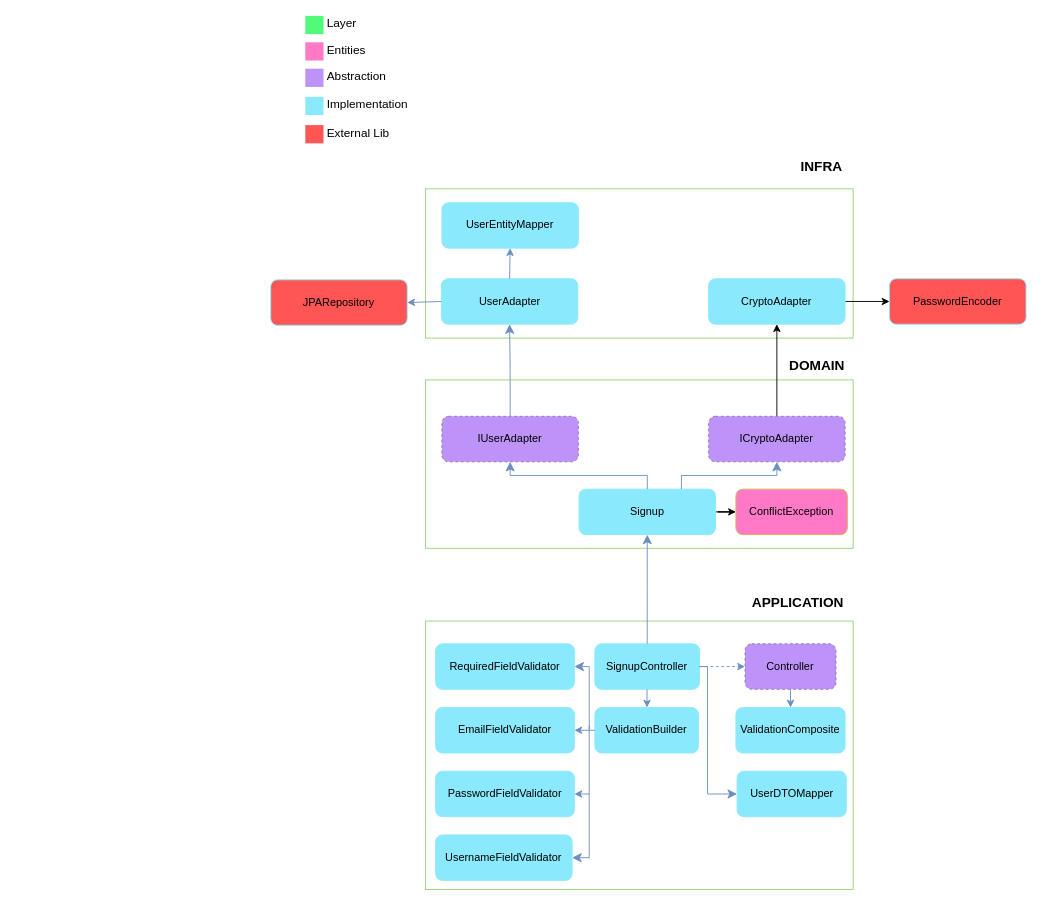
The draw.io diagram docs/useCases/signup/signup.drawio in gervasioartur/walletwise-api, before the edit. Source tidied: cells renumbered, new cells numbered last; positions are measured from the earlier drawing's top-left corner, leaving out a move shared by most shapes. Both pictures are drawn from the tidied source at 91%, with x=0, y=0 at pixel (270, 15).
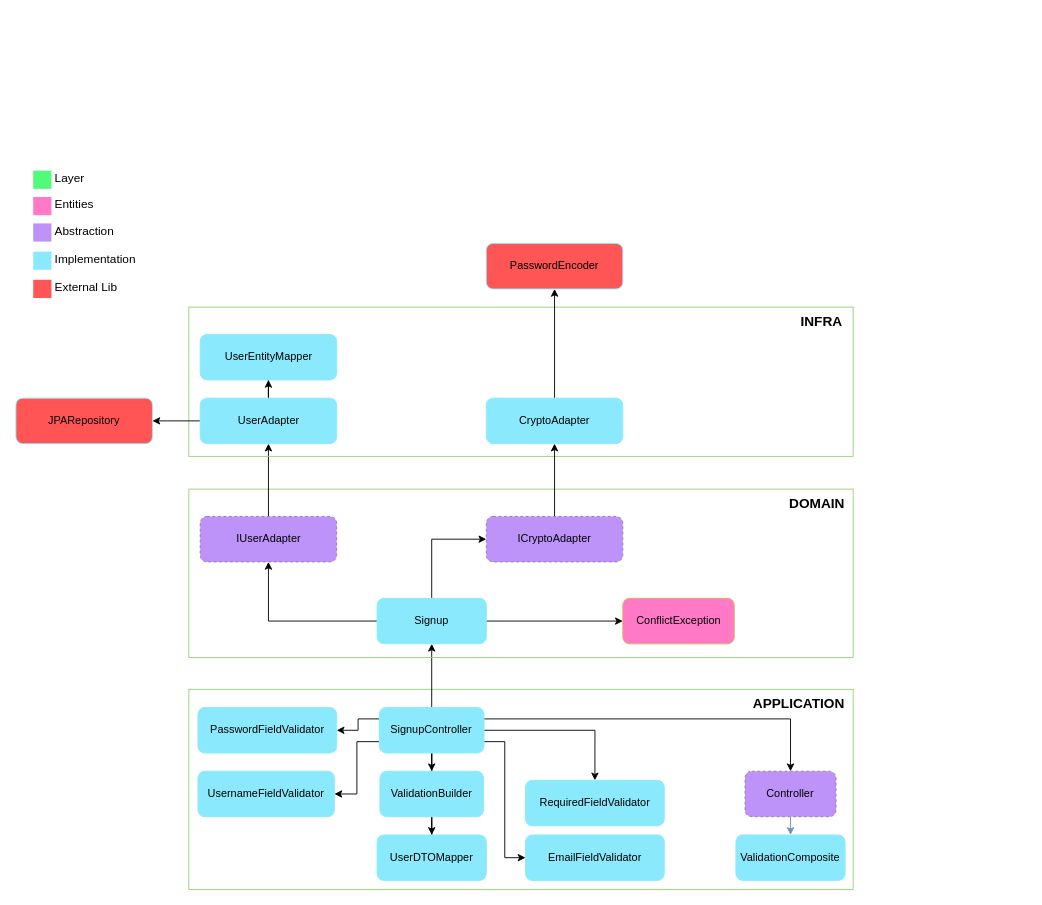
The same page after the edit.

The edit, as a diff of the source:
```diff
@@
-    <mxCell id="2" style="rounded=0;whiteSpace=wrap;html=1;strokeColor=#97D077;fillColor=default;" parent="1" vertex="1">
-      <mxGeometry x="170" y="665" width="470" height="295" as="geometry" />
+    <mxCell id="2" style="rounded=0;whiteSpace=wrap;html=1;strokeColor=#97D077;fillColor=none;" parent="1" vertex="1">
+      <mxGeometry x="-90" y="740" width="730" height="220" as="geometry" />
     </mxCell>
     <mxCell id="3" value="Controller" style="rounded=1;whiteSpace=wrap;html=1;strokeColor=#9673a6;fillColor=#BD93F9;dashed=1;" parent="1" vertex="1">
-      <mxGeometry x="521.2" y="690" width="100" height="50" as="geometry" />
+      <mxGeometry x="521.2" y="830" width="100" height="50" as="geometry" />
     </mxCell>
     <mxCell id="4" value="ValidationComposite" style="rounded=1;whiteSpace=wrap;html=1;strokeColor=#8BE9FD;fillColor=#8BE9FD;" parent="1" vertex="1">
-      <mxGeometry x="511.2" y="760" width="120" height="50" as="geometry" />
+      <mxGeometry x="511.2" y="900" width="120" height="50" as="geometry" />
     </mxCell>
+    <mxCell id="54" style="edgeStyle=orthogonalEdgeStyle;rounded=0;jettySize=auto;html=1;exitX=0;exitY=0.25;exitDx=0;exitDy=0;" parent="1" edge="1" source="5" target="33">
+      <mxGeometry relative="1" as="geometry" />
+    </mxCell>
+    <mxCell id="55" style="edgeStyle=orthogonalEdgeStyle;rounded=0;jettySize=auto;html=1;entryX=1;entryY=0.5;entryDx=0;entryDy=0;exitX=0;exitY=0.75;exitDx=0;exitDy=0;" parent="1" edge="1" source="5" target="31">
+      <mxGeometry relative="1" as="geometry" />
+    </mxCell>
+    <mxCell id="56" style="edgeStyle=orthogonalEdgeStyle;rounded=0;jettySize=auto;html=1;entryX=0.5;entryY=0;entryDx=0;entryDy=0;" parent="1" edge="1" source="5" target="29">
+      <mxGeometry relative="1" as="geometry" />
+    </mxCell>
+    <mxCell id="57" style="edgeStyle=orthogonalEdgeStyle;rounded=0;jettySize=auto;html=1;entryX=0;entryY=0.5;entryDx=0;entryDy=0;exitX=1;exitY=0.75;exitDx=0;exitDy=0;" parent="1" edge="1" source="5" target="32">
+      <mxGeometry relative="1" as="geometry" />
+    </mxCell>
+    <mxCell id="39" style="edgeStyle=orthogonalEdgeStyle;rounded=0;jettySize=auto;html=1;entryX=0.5;entryY=0;entryDx=0;entryDy=0;exitX=1;exitY=0.25;exitDx=0;exitDy=0;" parent="1" edge="1" source="5" target="3">
+      <mxGeometry relative="1" as="geometry" />
+    </mxCell>
+    <mxCell id="58" style="edgeStyle=orthogonalEdgeStyle;rounded=0;jettySize=auto;html=1;entryX=0.5;entryY=0;entryDx=0;entryDy=0;" parent="1" edge="1" source="5" target="30">
+      <mxGeometry relative="1" as="geometry" />
+    </mxCell>
+    <mxCell id="24" style="edgeStyle=orthogonalEdgeStyle;rounded=0;jettySize=auto;html=1;" parent="1" edge="1" source="5" target="11">
+      <mxGeometry relative="1" as="geometry" />
+    </mxCell>
     <mxCell id="5" value="SignupController" style="rounded=1;whiteSpace=wrap;html=1;strokeColor=#8BE9FD;fillColor=#8BE9FD;" parent="1" vertex="1">
-      <mxGeometry x="356.2" y="690" width="115" height="50" as="geometry" />
+      <mxGeometry x="119.4" y="760" width="115" height="50" as="geometry" />
     </mxCell>
     <mxCell id="6" value="&lt;span style=&quot;font-size: 15px;&quot;&gt;&lt;b&gt;APPLICATION&lt;br&gt;&lt;/b&gt;&lt;/span&gt;" style="text;html=1;align=center;verticalAlign=middle;strokeColor=none;fillColor=none;" parent="1" vertex="1">
-      <mxGeometry x="519" y="629" width="120" height="30" as="geometry" />
+      <mxGeometry x="520" y="740" width="120" height="30" as="geometry" />
     </mxCell>
-    <mxCell id="7" style="rounded=0;whiteSpace=wrap;html=1;strokeColor=#97D077;fillColor=default;" parent="1" vertex="1">
-      <mxGeometry x="170" y="400" width="470" height="185" as="geometry" />
+    <mxCell id="7" style="rounded=0;whiteSpace=wrap;html=1;strokeColor=#97D077;fillColor=none;" parent="1" vertex="1">
+      <mxGeometry x="-90" y="520" width="730" height="185" as="geometry" />
     </mxCell>
     <mxCell id="8" value="&lt;span style=&quot;font-size: 15px;&quot;&gt;&lt;b&gt;DOMAIN&lt;/b&gt;&lt;/span&gt;" style="text;html=1;align=center;verticalAlign=middle;strokeColor=none;fillColor=none;" parent="1" vertex="1">
-      <mxGeometry x="560" y="369" width="80" height="30" as="geometry" />
+      <mxGeometry x="560" y="520" width="80" height="30" as="geometry" />
     </mxCell>
     <mxCell id="9" value="ConflictException" style="rounded=1;whiteSpace=wrap;html=1;strokeColor=#d6b656;fillColor=#FF79C6;" parent="1" vertex="1">
-      <mxGeometry x="511.2" y="520" width="122.5" height="50" as="geometry" />
+      <mxGeometry x="386.9" y="640" width="122.5" height="50" as="geometry" />
     </mxCell>
+    <mxCell id="42" style="edgeStyle=orthogonalEdgeStyle;rounded=0;jettySize=auto;html=1;entryX=0.5;entryY=1;entryDx=0;entryDy=0;" parent="1" edge="1" source="11" target="22">
+      <mxGeometry relative="1" as="geometry" />
+    </mxCell>
-    <mxCell id="10" style="edgeStyle=orthogonalEdgeStyle;rounded=0;jettySize=auto;html=1;" parent="1" edge="1" source="11" target="9">
+    <mxCell id="10" style="edgeStyle=orthogonalEdgeStyle;rounded=0;jettySize=auto;html=1;exitX=1;exitY=0.5;exitDx=0;exitDy=0;" parent="1" edge="1" source="11" target="9">
       <mxGeometry relative="1" as="geometry" />
     </mxCell>
+    <mxCell id="50" style="edgeStyle=orthogonalEdgeStyle;rounded=0;jettySize=auto;html=1;entryX=0;entryY=0.5;entryDx=0;entryDy=0;" parent="1" edge="1" source="11" target="49">
+      <mxGeometry relative="1" as="geometry" />
+    </mxCell>
     <mxCell id="11" value="Signup" style="rounded=1;whiteSpace=wrap;html=1;strokeColor=#8BE9FD;fillColor=#8BE9FD;" parent="1" vertex="1">
-      <mxGeometry x="338.8" y="520" width="150" height="50" as="geometry" />
+      <mxGeometry x="116.9" y="640" width="120" height="50" as="geometry" />
     </mxCell>
     <mxCell id="12" style="rounded=0;whiteSpace=wrap;html=1;strokeColor=none;strokeWidth=3;fillColor=#FF79C6;fontSize=13;fontColor=#F8F8F2;align=right;" parent="1" vertex="1">
-      <mxGeometry x="38" y="29" width="20" height="20" as="geometry" />
+      <mxGeometry x="-261" y="199" width="20" height="20" as="geometry" />
     </mxCell>
     <mxCell id="13" value="&lt;font color=&quot;#000000&quot;&gt;Entities&lt;/font&gt;" style="text;html=1;align=left;verticalAlign=middle;spacingTop=-4;fontSize=13;fontColor=#F8F8F2;" parent="1" vertex="1">
-      <mxGeometry x="60" y="29" width="70" height="20" as="geometry" />
+      <mxGeometry x="-239" y="199" width="70" height="20" as="geometry" />
     </mxCell>
     <mxCell id="14" style="rounded=0;whiteSpace=wrap;html=1;strokeColor=none;strokeWidth=3;fillColor=#BD93F9;fontSize=13;fontColor=#F8F8F2;align=right;" parent="1" vertex="1">
-      <mxGeometry x="38" y="58" width="20" height="20" as="geometry" />
+      <mxGeometry x="-261" y="228" width="20" height="20" as="geometry" />
     </mxCell>
     <mxCell id="15" value="&lt;font color=&quot;#000000&quot;&gt;Abstraction&lt;/font&gt;" style="text;html=1;align=left;verticalAlign=middle;spacingTop=-4;fontSize=13;fontColor=#F8F8F2;" parent="1" vertex="1">
-      <mxGeometry x="60" y="58" width="90" height="20" as="geometry" />
+      <mxGeometry x="-239" y="228" width="90" height="20" as="geometry" />
     </mxCell>
     <mxCell id="16" style="rounded=0;whiteSpace=wrap;html=1;strokeColor=none;strokeWidth=3;fillColor=#8BE9FD;fontSize=13;fontColor=#F8F8F2;align=right;" parent="1" vertex="1">
-      <mxGeometry x="38" y="89" width="20" height="20" as="geometry" />
+      <mxGeometry x="-261" y="259" width="20" height="20" as="geometry" />
     </mxCell>
     <mxCell id="17" value="&lt;font color=&quot;#000000&quot;&gt;Implementation&lt;/font&gt;" style="text;html=1;align=left;verticalAlign=middle;spacingTop=-4;fontSize=13;fontColor=#F8F8F2;" parent="1" vertex="1">
-      <mxGeometry x="60" y="89" width="110" height="20" as="geometry" />
+      <mxGeometry x="-239" y="259" width="110" height="20" as="geometry" />
     </mxCell>
     <mxCell id="18" style="rounded=0;whiteSpace=wrap;html=1;strokeColor=none;strokeWidth=3;fillColor=#50FA7B;fontSize=13;fontColor=#F8F8F2;align=right;" parent="1" vertex="1">
-      <mxGeometry x="38" width="20" height="20" as="geometry" />
+      <mxGeometry x="-261" y="170" width="20" height="20" as="geometry" />
     </mxCell>
     <mxCell id="19" value="&lt;font color=&quot;#000000&quot;&gt;Layer&lt;/font&gt;" style="text;html=1;align=left;verticalAlign=middle;spacingTop=-4;fontSize=13;fontColor=#F8F8F2;strokeColor=none;" parent="1" vertex="1">
-      <mxGeometry x="60" width="60" height="20" as="geometry" />
+      <mxGeometry x="-239" y="170" width="60" height="20" as="geometry" />
     </mxCell>
     <mxCell id="20" style="rounded=0;whiteSpace=wrap;html=1;strokeColor=none;strokeWidth=3;fillColor=#FF5555;fontSize=13;fontColor=#F8F8F2;align=right;" parent="1" vertex="1">
-      <mxGeometry x="38" y="120" width="20" height="20" as="geometry" />
+      <mxGeometry x="-261" y="290" width="20" height="20" as="geometry" />
     </mxCell>
     <mxCell id="21" value="&lt;font color=&quot;#000000&quot;&gt;External Lib&lt;/font&gt;" style="text;html=1;align=left;verticalAlign=middle;spacingTop=-4;fontSize=13;fontColor=#F8F8F2;" parent="1" vertex="1">
-      <mxGeometry x="60" y="120" width="90" height="20" as="geometry" />
+      <mxGeometry x="-239" y="290" width="90" height="20" as="geometry" />
     </mxCell>
+    <mxCell id="43" style="edgeStyle=orthogonalEdgeStyle;rounded=0;jettySize=auto;html=1;" parent="1" edge="1" source="22" target="25">
+      <mxGeometry relative="1" as="geometry" />
+    </mxCell>
     <mxCell id="22" value="IUserAdapter" style="rounded=1;whiteSpace=wrap;html=1;strokeColor=#9673a6;fillColor=#BD93F9;dashed=1;" parent="1" vertex="1">
-      <mxGeometry x="188.1" y="440" width="150" height="50" as="geometry" />
+      <mxGeometry x="-77.5" y="550" width="150" height="50" as="geometry" />
     </mxCell>
-    <mxCell id="23" style="rounded=0;whiteSpace=wrap;html=1;strokeColor=#97D077;fillColor=default;" parent="1" vertex="1">
-      <mxGeometry x="170" y="190" width="470" height="164" as="geometry" />
+    <mxCell id="23" style="rounded=0;whiteSpace=wrap;html=1;strokeColor=#97D077;fillColor=none;" parent="1" vertex="1">
+      <mxGeometry x="-90" y="320" width="730" height="164" as="geometry" />
     </mxCell>
-    <mxCell id="24" style="edgeStyle=elbowEdgeStyle;elbow=vertical;endArrow=classic;html=1;curved=0;rounded=0;endSize=8;startSize=8;exitX=0.5;exitY=0;exitDx=0;exitDy=0;entryX=0.5;entryY=1;entryDx=0;entryDy=0;strokeColor=#6C8EBF;" parent="1" edge="1" source="5" target="11">
-      <mxGeometry relative="1" as="geometry" />
-    </mxCell>
+    <mxCell id="45" style="edgeStyle=orthogonalEdgeStyle;rounded=0;jettySize=auto;html=1;" parent="1" edge="1" source="25" target="44">
+      <mxGeometry relative="1" as="geometry" />
+    </mxCell>
+    <mxCell id="28" style="edgeStyle=orthogonalEdgeStyle;rounded=0;jettySize=auto;html=1;" parent="1" edge="1" source="25" target="27">
+      <mxGeometry relative="1" as="geometry" />
+    </mxCell>
     <mxCell id="25" value="UserAdapter" style="rounded=1;whiteSpace=wrap;html=1;strokeColor=#8BE9FD;fillColor=#8BE9FD;" parent="1" vertex="1">
-      <mxGeometry x="187.5" y="288.8" width="150" height="50" as="geometry" />
+      <mxGeometry x="-77.5" y="420" width="150" height="50" as="geometry" />
     </mxCell>
     <mxCell id="26" value="&lt;b style=&quot;border-color: var(--border-color);&quot;&gt;&lt;font style=&quot;border-color: var(--border-color); font-size: 15px;&quot;&gt;INFRA&lt;br&gt;&lt;/font&gt;&lt;/b&gt;" style="text;html=1;align=center;verticalAlign=middle;strokeColor=none;fillColor=none;" parent="1" vertex="1">
-      <mxGeometry x="570" y="150" width="70" height="30" as="geometry" />
+      <mxGeometry x="570" y="320" width="70" height="30" as="geometry" />
     </mxCell>
     <mxCell id="27" value="UserEntityMapper" style="rounded=1;whiteSpace=wrap;html=1;strokeColor=#8BE9FD;fillColor=#8BE9FD;" parent="1" vertex="1">
-      <mxGeometry x="188.1" y="205.2" width="150" height="50" as="geometry" />
+      <mxGeometry x="-77.5" y="350" width="150" height="50" as="geometry" />
     </mxCell>
-    <mxCell id="28" style="endArrow=classic;html=1;rounded=0;entryX=0.5;entryY=1;entryDx=0;entryDy=0;fillColor=#dae8fc;strokeColor=#6c8ebf;exitX=0.5;exitY=0;exitDx=0;exitDy=0;" parent="1" edge="1" source="25" target="27">
-      <mxGeometry relative="1" as="geometry" />
-    </mxCell>
+    <mxCell id="59" style="edgeStyle=orthogonalEdgeStyle;rounded=0;jettySize=auto;html=1;" parent="1" edge="1" source="29" target="46">
+      <mxGeometry relative="1" as="geometry" />
+    </mxCell>
     <mxCell id="29" value="ValidationBuilder" style="rounded=1;whiteSpace=wrap;html=1;strokeColor=#8BE9FD;fillColor=#8BE9FD;" parent="1" vertex="1">
-      <mxGeometry x="356.2" y="760" width="113.8" height="50" as="geometry" />
+      <mxGeometry x="120" y="830" width="113.8" height="50" as="geometry" />
     </mxCell>
     <mxCell id="30" value="RequiredFieldValidator" style="rounded=1;whiteSpace=wrap;html=1;strokeColor=#8BE9FD;fillColor=#8BE9FD;" parent="1" vertex="1">
-      <mxGeometry x="181.2" y="690" width="152.5" height="50" as="geometry" />
+      <mxGeometry x="280" y="840" width="152.5" height="50" as="geometry" />
     </mxCell>
     <mxCell id="31" value="UsernameFieldValidator" style="rounded=1;whiteSpace=wrap;html=1;strokeColor=#8BE9FD;fillColor=#8BE9FD;" parent="1" vertex="1">
-      <mxGeometry x="181.2" y="900" width="150" height="50" as="geometry" />
+      <mxGeometry x="-80" y="830" width="150" height="50" as="geometry" />
     </mxCell>
     <mxCell id="32" value="EmailFieldValidator" style="rounded=1;whiteSpace=wrap;html=1;strokeColor=#8BE9FD;fillColor=#8BE9FD;" parent="1" vertex="1">
-      <mxGeometry x="181.2" y="760" width="152.5" height="50" as="geometry" />
+      <mxGeometry x="280" y="900" width="152.5" height="50" as="geometry" />
     </mxCell>
     <mxCell id="33" value="PasswordFieldValidator" style="rounded=1;whiteSpace=wrap;html=1;strokeColor=#8BE9FD;fillColor=#8BE9FD;" parent="1" vertex="1">
-      <mxGeometry x="181.2" y="830" width="152.5" height="50" as="geometry" />
+      <mxGeometry x="-80" y="760" width="152.5" height="50" as="geometry" />
     </mxCell>
-    <mxCell id="34" style="edgeStyle=elbowEdgeStyle;elbow=horizontal;endArrow=classic;html=1;curved=0;rounded=0;endSize=8;startSize=8;exitX=0;exitY=0.5;exitDx=0;exitDy=0;entryX=1;entryY=0.5;entryDx=0;entryDy=0;fillColor=#dae8fc;strokeColor=#6c8ebf;" parent="1" edge="1" source="29" target="30">
-      <mxGeometry relative="1" as="geometry">
-        <Array as="points">
-          <mxPoint x="350" y="750" />
-        </Array>
-      </mxGeometry>
-    </mxCell>
-    <mxCell id="35" style="endArrow=none;html=1;rounded=0;fillColor=#dae8fc;strokeColor=#6c8ebf;" parent="1" edge="1">
-      <mxGeometry relative="1" as="geometry">
-        <mxPoint x="350" y="780" as="sourcePoint" />
-        <mxPoint x="350" y="860" as="targetPoint" />
-      </mxGeometry>
-    </mxCell>
-    <mxCell id="36" style="edgeStyle=elbowEdgeStyle;elbow=vertical;endArrow=classic;html=1;curved=0;rounded=0;endSize=8;startSize=8;entryX=1;entryY=0.5;entryDx=0;entryDy=0;fillColor=#dae8fc;strokeColor=#6c8ebf;" parent="1" edge="1" target="31">
-      <mxGeometry relative="1" as="geometry">
-        <mxPoint x="350" y="860" as="sourcePoint" />
-        <Array as="points">
-          <mxPoint x="380" y="925" />
-        </Array>
-      </mxGeometry>
-    </mxCell>
-    <mxCell id="37" style="endArrow=classic;html=1;rounded=0;entryX=1;entryY=0.5;entryDx=0;entryDy=0;fillColor=#dae8fc;strokeColor=#6c8ebf;" parent="1" edge="1" target="33">
-      <mxGeometry relative="1" as="geometry">
-        <mxPoint x="350" y="855" as="sourcePoint" />
-      </mxGeometry>
-    </mxCell>
-    <mxCell id="38" style="endArrow=classic;html=1;rounded=0;entryX=1;entryY=0.5;entryDx=0;entryDy=0;fillColor=#dae8fc;strokeColor=#6c8ebf;" parent="1" edge="1" target="32">
-      <mxGeometry relative="1" as="geometry">
-        <mxPoint x="350" y="785" as="sourcePoint" />
-      </mxGeometry>
-    </mxCell>
-    <mxCell id="39" style="endArrow=classic;html=1;rounded=0;exitX=1;exitY=0.5;exitDx=0;exitDy=0;entryX=0;entryY=0.5;entryDx=0;entryDy=0;dashed=1;fillColor=#dae8fc;strokeColor=#6c8ebf;" parent="1" edge="1" source="5" target="3">
-      <mxGeometry relative="1" as="geometry" />
-    </mxCell>
@@
-    <mxCell id="41" style="endArrow=classic;html=1;rounded=0;exitX=0.5;exitY=1;exitDx=0;exitDy=0;entryX=0.5;entryY=0;entryDx=0;entryDy=0;fillColor=#dae8fc;strokeColor=#6c8ebf;" parent="1" edge="1">
-      <mxGeometry relative="1" as="geometry">
-        <mxPoint x="413.5" y="740" as="sourcePoint" />
-        <mxPoint x="413.5" y="760" as="targetPoint" />
-      </mxGeometry>
-    </mxCell>
-    <mxCell id="42" style="edgeStyle=elbowEdgeStyle;elbow=vertical;endArrow=classic;html=1;curved=0;rounded=0;endSize=8;startSize=8;entryX=0.5;entryY=1;entryDx=0;entryDy=0;strokeColor=#6C8EBF;exitX=0.5;exitY=0;exitDx=0;exitDy=0;" parent="1" edge="1" source="11" target="22">
-      <mxGeometry relative="1" as="geometry" />
-    </mxCell>
-    <mxCell id="43" style="edgeStyle=elbowEdgeStyle;elbow=vertical;endArrow=classic;html=1;curved=0;rounded=0;endSize=8;startSize=8;entryX=0.5;entryY=1;entryDx=0;entryDy=0;strokeColor=#6C8EBF;exitX=0.5;exitY=0;exitDx=0;exitDy=0;" parent="1" edge="1" source="22" target="25">
-      <mxGeometry relative="1" as="geometry" />
-    </mxCell>
     <mxCell id="44" value="JPARepository" style="rounded=1;whiteSpace=wrap;html=1;strokeColor=#8BE9FD;fillColor=#FF5555;" parent="1" vertex="1">
-      <mxGeometry y="290" width="150" height="50" as="geometry" />
+      <mxGeometry x="-280" y="420" width="150" height="50" as="geometry" />
     </mxCell>
-    <mxCell id="45" style="endArrow=classic;html=1;rounded=0;entryX=1;entryY=0.5;entryDx=0;entryDy=0;exitX=0;exitY=0.5;exitDx=0;exitDy=0;fillColor=#dae8fc;strokeColor=#6c8ebf;" parent="1" edge="1" source="25" target="44">
-      <mxGeometry relative="1" as="geometry" />
-    </mxCell>
     <mxCell id="46" value="UserDTOMapper" style="rounded=1;whiteSpace=wrap;html=1;strokeColor=#8BE9FD;fillColor=#8BE9FD;" parent="1" vertex="1">
-      <mxGeometry x="512.5" y="830" width="120" height="50" as="geometry" />
+      <mxGeometry x="116.9" y="900" width="120" height="50" as="geometry" />
     </mxCell>
-    <mxCell id="47" style="edgeStyle=segmentEdgeStyle;endArrow=classic;html=1;curved=0;rounded=0;endSize=8;startSize=8;exitX=1;exitY=0.5;exitDx=0;exitDy=0;entryX=0;entryY=0.5;entryDx=0;entryDy=0;fillColor=#dae8fc;strokeColor=#6c8ebf;" parent="1" edge="1" source="5" target="46">
-      <mxGeometry relative="1" as="geometry">
-        <Array as="points">
-          <mxPoint x="480" y="715" />
-          <mxPoint x="480" y="855" />
-        </Array>
-      </mxGeometry>
-    </mxCell>
@@
     <mxCell id="49" value="ICryptoAdapter" style="rounded=1;whiteSpace=wrap;html=1;strokeColor=#9673a6;fillColor=#BD93F9;dashed=1;" parent="1" vertex="1">
-      <mxGeometry x="481.2" y="440" width="150" height="50" as="geometry" />
+      <mxGeometry x="236.9" y="550" width="150" height="50" as="geometry" />
     </mxCell>
-    <mxCell id="50" style="edgeStyle=elbowEdgeStyle;elbow=vertical;endArrow=classic;html=1;curved=0;rounded=0;endSize=8;startSize=8;entryX=0.5;entryY=1;entryDx=0;entryDy=0;strokeColor=#6C8EBF;exitX=0.75;exitY=0;exitDx=0;exitDy=0;" parent="1" edge="1" source="11" target="49">
-      <mxGeometry relative="1" as="geometry" />
-    </mxCell>
@@
     <mxCell id="52" value="CryptoAdapter" style="rounded=1;whiteSpace=wrap;html=1;strokeColor=#8BE9FD;fillColor=#8BE9FD;" parent="1" vertex="1">
-      <mxGeometry x="481.2" y="288.8" width="150" height="50" as="geometry" />
+      <mxGeometry x="236.9" y="420" width="150" height="50" as="geometry" />
     </mxCell>
     <mxCell id="53" value="PasswordEncoder" style="rounded=1;whiteSpace=wrap;html=1;strokeColor=#8BE9FD;fillColor=#FF5555;" parent="1" vertex="1">
-      <mxGeometry x="680" y="288.8" width="150" height="50" as="geometry" />
+      <mxGeometry x="236.9" y="250" width="150" height="50" as="geometry" />
     </mxCell>
```
